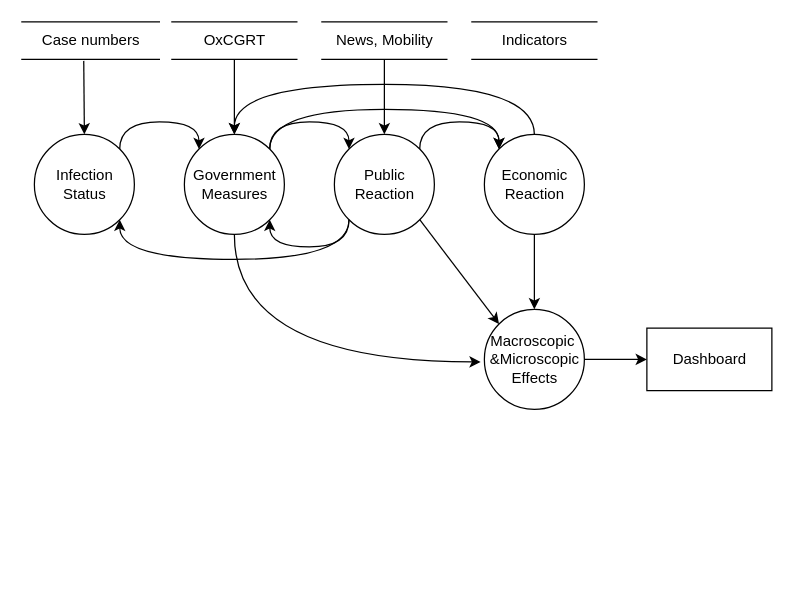
Before: Data Flow Diagram.drawio in emergent-analytics/emergent-engine, a draw.io diagram. Source tidied: cells renumbered, new cells numbered last; positions are measured from the earlier drawing's top-left corner, leaving out a move shared by most shapes. Both pictures are drawn from the tidied source at 125%, with x=0, y=0 at pixel (21, 21).
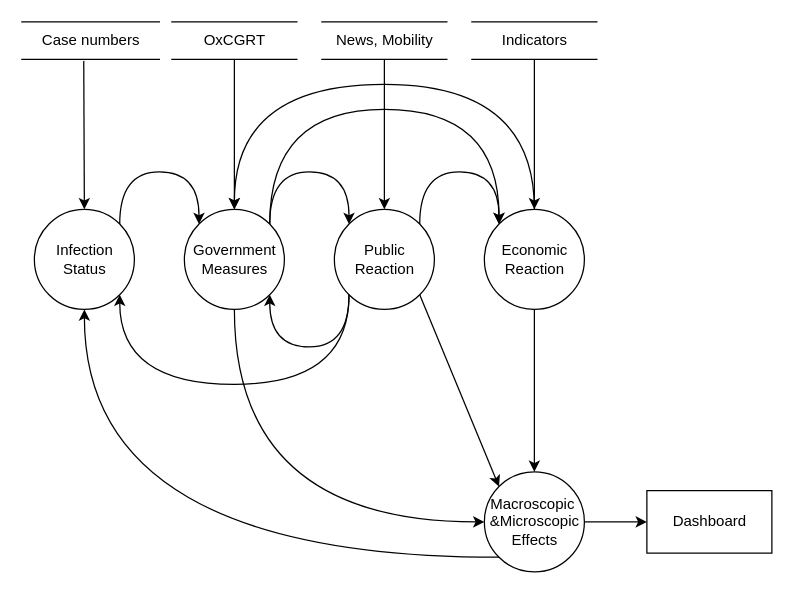
Above is the later version.

The change refers to these unchanged cells:
```xml
<mxCell id="24" value="News, Mobility" style="html=1;dashed=0;whitespace=wrap;shape=partialRectangle;right=0;left=0;" parent="1" vertex="1">
  <mxGeometry x="240" width="100" height="30" as="geometry" />
</mxCell>
<mxCell id="25" value="Indicators" style="html=1;dashed=0;whitespace=wrap;shape=partialRectangle;right=0;left=0;" parent="1" vertex="1">
  <mxGeometry x="360" width="100" height="30" as="geometry" />
</mxCell>
```

Change to the diagram source:
```diff
@@
-    <mxCell id="2" style="endArrow=classic;html=1;entryX=0.5;entryY=0;entryDx=0;entryDy=0;exitX=0.5;exitY=1;exitDx=0;exitDy=0;jumpStyle=gap;jumpSize=3;" parent="1" edge="1" source="24" target="5">
-      <mxGeometry relative="1" as="geometry" />
-    </mxCell>
     <mxCell id="3" value="Infection&lt;br&gt;Status" style="shape=ellipse;html=1;dashed=0;whitespace=wrap;perimeter=ellipsePerimeter;" parent="1" vertex="1">
-      <mxGeometry x="10" y="90" width="80" height="80" as="geometry" />
+      <mxGeometry x="10" y="150" width="80" height="80" as="geometry" />
     </mxCell>
     <mxCell id="4" value="Government&lt;br&gt;Measures" style="shape=ellipse;html=1;dashed=0;whitespace=wrap;perimeter=ellipsePerimeter;" parent="1" vertex="1">
-      <mxGeometry x="130" y="90" width="80" height="80" as="geometry" />
+      <mxGeometry x="130" y="150" width="80" height="80" as="geometry" />
     </mxCell>
     <mxCell id="5" value="Public&lt;br&gt;Reaction" style="shape=ellipse;html=1;dashed=0;whitespace=wrap;perimeter=ellipsePerimeter;" parent="1" vertex="1">
-      <mxGeometry x="250" y="90" width="80" height="80" as="geometry" />
+      <mxGeometry x="250" y="150" width="80" height="80" as="geometry" />
     </mxCell>
     <mxCell id="6" style="endArrow=classic;html=1;entryX=0;entryY=0;entryDx=0;entryDy=0;exitX=1;exitY=0;exitDx=0;exitDy=0;edgeStyle=orthogonalEdgeStyle;curved=1;" parent="1" edge="1" source="4" target="5">
       <mxGeometry relative="1" as="geometry">
         <Array as="points">
-          <mxPoint x="198" y="80" />
-          <mxPoint x="262" y="80" />
+          <mxPoint x="198" y="120" />
+          <mxPoint x="262" y="120" />
         </Array>
       </mxGeometry>
     </mxCell>
     <mxCell id="7" style="endArrow=classic;html=1;entryX=0;entryY=0;entryDx=0;entryDy=0;exitX=1;exitY=0;exitDx=0;exitDy=0;edgeStyle=orthogonalEdgeStyle;curved=1;" parent="1" edge="1" source="3" target="4">
       <mxGeometry relative="1" as="geometry">
         <Array as="points">
-          <mxPoint x="78" y="80" />
-          <mxPoint x="142" y="80" />
+          <mxPoint x="78" y="120" />
+          <mxPoint x="142" y="120" />
         </Array>
       </mxGeometry>
     </mxCell>
     <mxCell id="8" value="Economic&lt;br&gt;Reaction" style="shape=ellipse;html=1;dashed=0;whitespace=wrap;perimeter=ellipsePerimeter;" parent="1" vertex="1">
-      <mxGeometry x="370" y="90" width="80" height="80" as="geometry" />
+      <mxGeometry x="370" y="150" width="80" height="80" as="geometry" />
     </mxCell>
@@
     <mxCell id="10" style="endArrow=classic;html=1;entryX=0;entryY=0;entryDx=0;entryDy=0;exitX=1;exitY=0;exitDx=0;exitDy=0;edgeStyle=orthogonalEdgeStyle;curved=1;" parent="1" edge="1" source="5" target="8">
       <mxGeometry relative="1" as="geometry">
         <Array as="points">
-          <mxPoint x="318" y="80" />
-          <mxPoint x="382" y="80" />
+          <mxPoint x="318" y="120" />
+          <mxPoint x="382" y="120" />
         </Array>
       </mxGeometry>
     </mxCell>
     <mxCell id="11" value="Macroscopic&amp;nbsp;&lt;br&gt;&amp;amp;Microscopic&lt;br&gt;Effects" style="shape=ellipse;html=1;dashed=0;whitespace=wrap;perimeter=ellipsePerimeter;" parent="1" vertex="1">
-      <mxGeometry x="370" y="230" width="80" height="80" as="geometry" />
+      <mxGeometry x="370" y="360" width="80" height="80" as="geometry" />
     </mxCell>
     <mxCell id="12" style="endArrow=classic;html=1;exitX=0;exitY=1;exitDx=0;exitDy=0;entryX=1;entryY=1;entryDx=0;entryDy=0;edgeStyle=orthogonalEdgeStyle;curved=1;" parent="1" edge="1" source="5" target="3">
       <mxGeometry relative="1" as="geometry">
         <Array as="points">
-          <mxPoint x="262" y="190" />
-          <mxPoint x="78" y="190" />
+          <mxPoint x="262" y="290" />
+          <mxPoint x="78" y="290" />
         </Array>
       </mxGeometry>
     </mxCell>
     <mxCell id="13" style="endArrow=classic;html=1;entryX=1;entryY=1;entryDx=0;entryDy=0;exitX=0;exitY=1;exitDx=0;exitDy=0;edgeStyle=orthogonalEdgeStyle;curved=1;" parent="1" edge="1" source="5" target="4">
       <mxGeometry relative="1" as="geometry">
         <Array as="points">
-          <mxPoint x="262" y="180" />
-          <mxPoint x="198" y="180" />
+          <mxPoint x="262" y="260" />
+          <mxPoint x="198" y="260" />
         </Array>
       </mxGeometry>
     </mxCell>
@@
-    <mxCell id="17" style="endArrow=classic;html=1;exitX=0.5;exitY=1;exitDx=0;exitDy=0;entryX=-0.037;entryY=0.525;entryDx=0;entryDy=0;entryPerimeter=0;edgeStyle=orthogonalEdgeStyle;curved=1;" parent="1" edge="1" source="4" target="11">
-      <mxGeometry relative="1" as="geometry">
-        <Array as="points">
-          <mxPoint x="170" y="272" />
-        </Array>
-      </mxGeometry>
-    </mxCell>
     <mxCell id="18" value="Dashboard" style="html=1;dashed=0;whitespace=wrap;" parent="1" vertex="1">
-      <mxGeometry x="500" y="245" width="100" height="50" as="geometry" />
+      <mxGeometry x="500" y="375" width="100" height="50" as="geometry" />
     </mxCell>
@@
+    <mxCell id="26" style="endArrow=classic;html=1;exitX=0.5;exitY=1;exitDx=0;exitDy=0;jumpStyle=arc;" parent="1" edge="1" source="25" target="8">
+      <mxGeometry relative="1" as="geometry" />
+    </mxCell>
+    <mxCell id="2" style="endArrow=classic;html=1;strokeColor=#000000;jumpStyle=gap;exitX=0.5;exitY=1;exitDx=0;exitDy=0;" parent="1" edge="1" source="24" target="5">
+      <mxGeometry relative="1" as="geometry" />
+    </mxCell>
+    <mxCell id="27" style="endArrow=classic;html=1;strokeColor=#000000;exitX=0;exitY=1;exitDx=0;exitDy=0;entryX=0.5;entryY=1;entryDx=0;entryDy=0;edgeStyle=orthogonalEdgeStyle;curved=1;" parent="1" edge="1" source="11" target="3">
+      <mxGeometry relative="1" as="geometry" />
+    </mxCell>
+    <mxCell id="17" style="endArrow=classic;html=1;strokeColor=#000000;exitX=0.5;exitY=1;exitDx=0;exitDy=0;entryX=0;entryY=0.5;entryDx=0;entryDy=0;edgeStyle=orthogonalEdgeStyle;curved=1;" parent="1" edge="1" source="4" target="11">
+      <mxGeometry relative="1" as="geometry" />
+    </mxCell>
```
